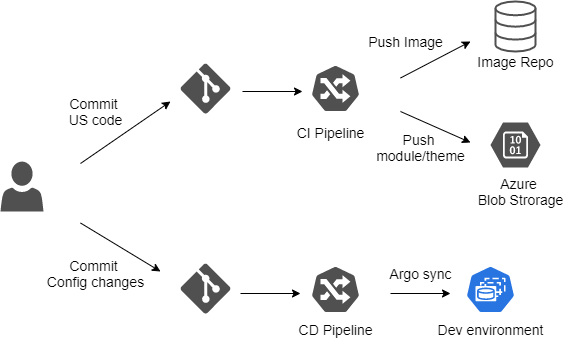
Above: docs/media/ArgoCD flows-Dev flow.png in VirtoCommerce/vc-deploy-apps (draw.io), before the change. Source tidied: cells renumbered, new cells last; positions are measured from the earlier drawing's top-left corner, leaving out a move shared by most shapes.
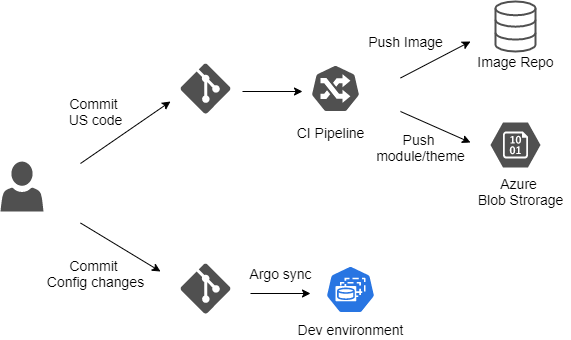
After the change.

Commit message:
VP-3756: Fix dev flow diagram

Diff of the diagram source:
```diff
@@ -17,11 +17,8 @@
     <mxCell id="6" style="html=1;verticalLabelPosition=bottom;align=center;labelBackgroundColor=#ffffff;verticalAlign=top;strokeWidth=2;strokeColor=#505050;shadow=0;dashed=0;shape=mxgraph.ios7.icons.data;fillColor=none;fontSize=14;" parent="1" vertex="1">
       <mxGeometry x="495" width="40" height="50" as="geometry" />
     </mxCell>
-    <mxCell id="7" style="html=1;dashed=0;whitespace=wrap;fillColor=#505050;strokeColor=#ffffff;shape=mxgraph.kubernetes.icon;prIcon=ing;fontSize=14;" parent="1" vertex="1">
-      <mxGeometry x="310" y="264" width="50" height="48" as="geometry" />
-    </mxCell>
     <mxCell id="8" style="html=1;dashed=0;whitespace=wrap;fillColor=#2875E2;strokeColor=#ffffff;shape=mxgraph.kubernetes.icon;prIcon=sts;fontSize=14;" parent="1" vertex="1">
-      <mxGeometry x="465" y="264" width="50" height="48" as="geometry" />
+      <mxGeometry x="325" y="264" width="50" height="48" as="geometry" />
     </mxCell>
     <mxCell id="9" style="endArrow=classic;html=1;fontSize=14;" parent="1" edge="1">
       <mxGeometry relative="1" as="geometry">
@@ -77,26 +74,17 @@
     <mxCell id="21" value="Commit &lt;br&gt;Config changes" style="text;html=1;align=center;verticalAlign=middle;fontSize=14;" parent="1" vertex="1">
       <mxGeometry x="40" y="252" width="110" height="40" as="geometry" />
     </mxCell>
-    <mxCell id="22" value="CD Pipeline" style="text;html=1;align=center;verticalAlign=middle;fontSize=14;" parent="1" vertex="1">
-      <mxGeometry x="290" y="318" width="90" height="20" as="geometry" />
-    </mxCell>
-    <mxCell id="23" style="endArrow=classic;html=1;fontSize=14;" parent="1" edge="1">
-      <mxGeometry relative="1" as="geometry">
-        <mxPoint x="240" y="292" as="sourcePoint" />
-        <mxPoint x="300" y="292" as="targetPoint" />
-      </mxGeometry>
-    </mxCell>
     <mxCell id="24" style="endArrow=classic;html=1;fontSize=14;" parent="1" edge="1">
       <mxGeometry relative="1" as="geometry">
-        <mxPoint x="390" y="292" as="sourcePoint" />
-        <mxPoint x="450" y="292" as="targetPoint" />
+        <mxPoint x="250" y="292" as="sourcePoint" />
+        <mxPoint x="310" y="292" as="targetPoint" />
       </mxGeometry>
     </mxCell>
     <mxCell id="25" value="Argo sync" style="text;html=1;align=center;verticalAlign=middle;fontSize=14;" parent="1" vertex="1">
-      <mxGeometry x="380" y="262" width="80" height="20" as="geometry" />
+      <mxGeometry x="240" y="262" width="80" height="20" as="geometry" />
     </mxCell>
     <mxCell id="26" value="Dev environment" style="text;html=1;align=center;verticalAlign=middle;fontSize=14;" parent="1" vertex="1">
-      <mxGeometry x="430" y="318" width="120" height="20" as="geometry" />
+      <mxGeometry x="290" y="318" width="120" height="20" as="geometry" />
     </mxCell>
   </root>
 </mxGraphModel>
```
